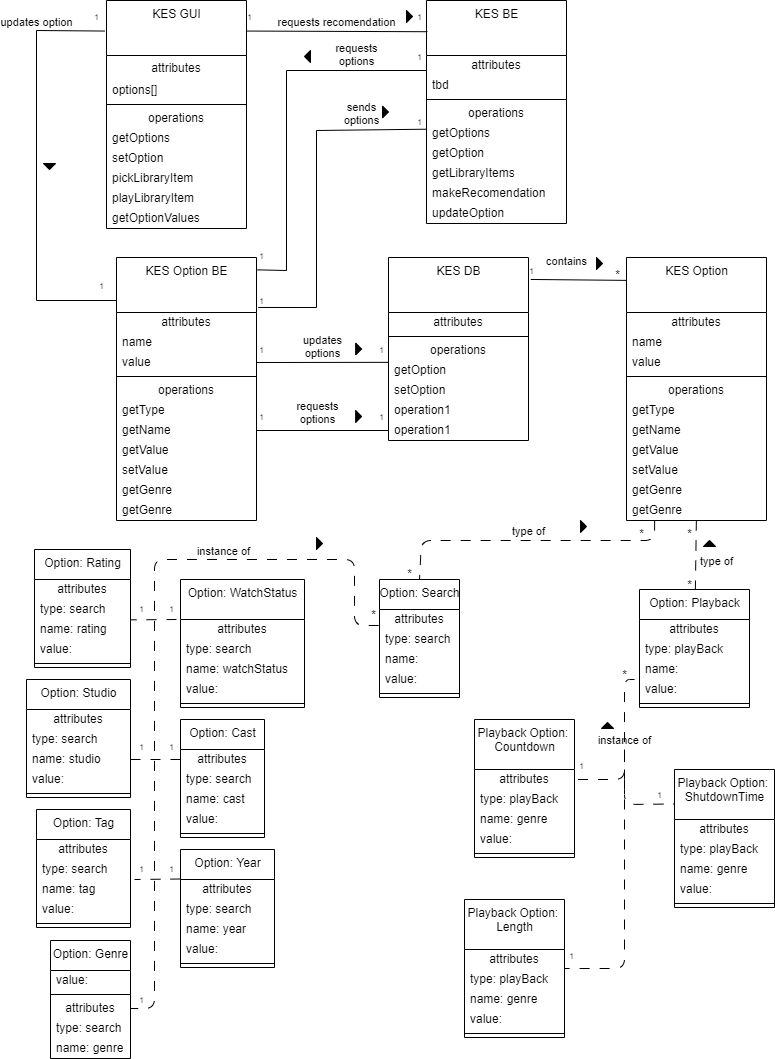
The draw.io diagram classUML.png in dustinmcmahon/kodiAddon, before a commit. Source tidied: cells renumbered, new cells last; positions are measured from the earlier drawing's top-left corner, leaving out a move shared by most shapes.
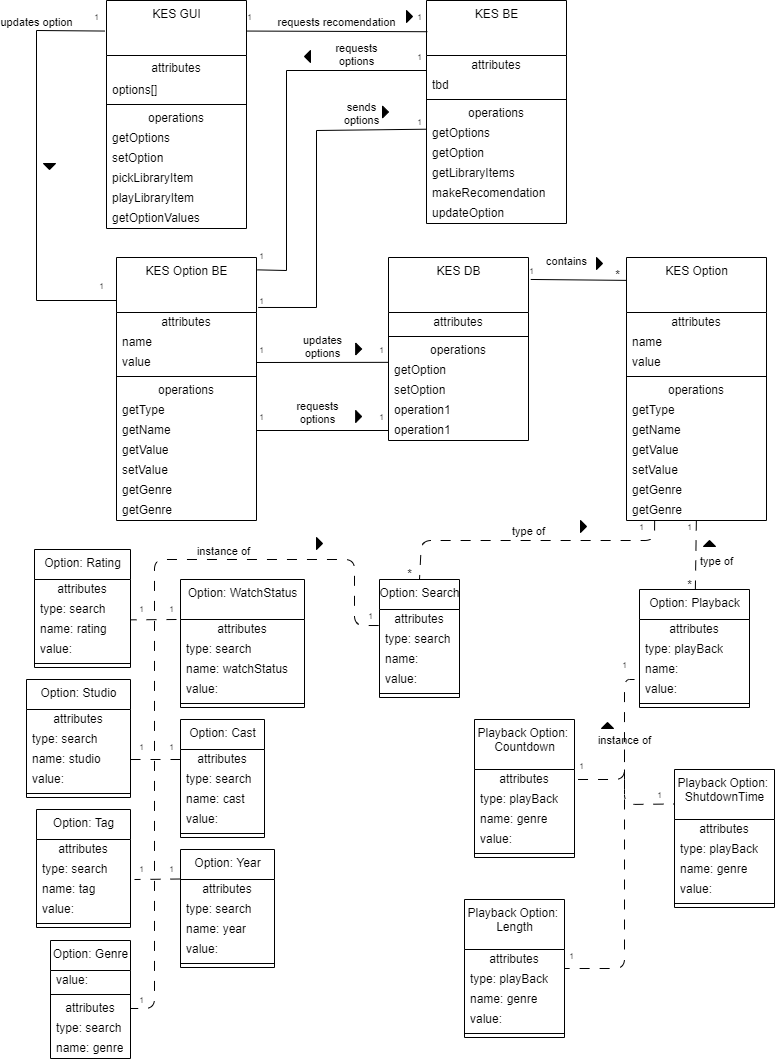
After the change.

What changed in the source:
```diff
@@ -550,18 +550,9 @@
     <mxCell id="168" value="*" style="text;html=1;align=center;verticalAlign=middle;strokeColor=none;fillColor=none;fontColor=#000000;labelBackgroundColor=none;" parent="1" vertex="1">
       <mxGeometry x="576" y="260" width="30" height="30" as="geometry" />
     </mxCell>
-    <mxCell id="169" value="*" style="text;html=1;align=center;verticalAlign=middle;strokeColor=none;fillColor=none;fontColor=#000000;labelBackgroundColor=none;" parent="1" vertex="1">
-      <mxGeometry x="600" y="519" width="30" height="30" as="geometry" />
-    </mxCell>
-    <mxCell id="170" value="*" style="text;html=1;align=center;verticalAlign=middle;strokeColor=none;fillColor=none;fontColor=#000000;labelBackgroundColor=none;" parent="1" vertex="1">
-      <mxGeometry x="648" y="519" width="30" height="30" as="geometry" />
-    </mxCell>
     <mxCell id="171" value="*" style="text;html=1;align=center;verticalAlign=middle;strokeColor=none;fillColor=none;fontColor=#000000;labelBackgroundColor=none;" parent="1" vertex="1">
       <mxGeometry x="368" y="559" width="30" height="30" as="geometry" />
     </mxCell>
-    <mxCell id="172" value="*" style="text;html=1;align=center;verticalAlign=middle;strokeColor=none;fillColor=none;fontColor=#000000;labelBackgroundColor=none;" parent="1" vertex="1">
-      <mxGeometry x="332" y="600" width="30" height="30" as="geometry" />
-    </mxCell>
     <mxCell id="173" value="&lt;font style=&quot;font-size: 8px;&quot;&gt;1&lt;/font&gt;" style="text;html=1;align=center;verticalAlign=middle;strokeColor=none;fillColor=none;fontColor=#000000;labelBackgroundColor=none;" parent="1" vertex="1">
       <mxGeometry x="130" y="853" width="30" height="30" as="geometry" />
     </mxCell>
@@ -583,14 +574,23 @@
     <mxCell id="179" value="&lt;font style=&quot;font-size: 8px;&quot;&gt;1&lt;/font&gt;" style="text;html=1;align=center;verticalAlign=middle;strokeColor=none;fillColor=none;fontColor=#000000;labelBackgroundColor=none;" parent="1" vertex="1">
       <mxGeometry x="100" y="984" width="30" height="30" as="geometry" />
     </mxCell>
-    <mxCell id="180" value="*" style="text;html=1;align=center;verticalAlign=middle;strokeColor=none;fillColor=none;fontColor=#000000;labelBackgroundColor=none;" parent="1" vertex="1">
-      <mxGeometry x="583" y="660" width="30" height="30" as="geometry" />
-    </mxCell>
     <mxCell id="181" value="&lt;font style=&quot;font-size: 8px;&quot;&gt;1&lt;/font&gt;" style="text;html=1;align=center;verticalAlign=middle;strokeColor=none;fillColor=none;fontColor=#000000;labelBackgroundColor=none;" parent="1" vertex="1">
       <mxGeometry x="540" y="750" width="30" height="30" as="geometry" />
     </mxCell>
     <mxCell id="182" value="&lt;font style=&quot;font-size: 8px;&quot;&gt;1&lt;/font&gt;" style="text;html=1;align=center;verticalAlign=middle;strokeColor=none;fillColor=none;fontColor=#000000;labelBackgroundColor=none;" parent="1" vertex="1">
       <mxGeometry x="530" y="940" width="30" height="30" as="geometry" />
     </mxCell>
+    <mxCell id="183" value="&lt;font style=&quot;font-size: 8px;&quot;&gt;1&lt;/font&gt;" style="text;html=1;align=center;verticalAlign=middle;strokeColor=none;fillColor=none;fontColor=#000000;labelBackgroundColor=none;" parent="1" vertex="1">
+      <mxGeometry x="600" y="511" width="30" height="30" as="geometry" />
+    </mxCell>
+    <mxCell id="184" value="&lt;font style=&quot;font-size: 8px;&quot;&gt;1&lt;/font&gt;" style="text;html=1;align=center;verticalAlign=middle;strokeColor=none;fillColor=none;fontColor=#000000;labelBackgroundColor=none;" parent="1" vertex="1">
+      <mxGeometry x="648" y="511" width="30" height="30" as="geometry" />
+    </mxCell>
+    <mxCell id="185" value="&lt;font style=&quot;font-size: 8px;&quot;&gt;1&lt;/font&gt;" style="text;html=1;align=center;verticalAlign=middle;strokeColor=none;fillColor=none;fontColor=#000000;labelBackgroundColor=none;" parent="1" vertex="1">
+      <mxGeometry x="329.2" y="600" width="30" height="30" as="geometry" />
+    </mxCell>
+    <mxCell id="186" value="&lt;font style=&quot;font-size: 8px;&quot;&gt;1&lt;/font&gt;" style="text;html=1;align=center;verticalAlign=middle;strokeColor=none;fillColor=none;fontColor=#000000;labelBackgroundColor=none;" parent="1" vertex="1">
+      <mxGeometry x="583" y="649" width="30" height="30" as="geometry" />
+    </mxCell>
   </root>
 </mxGraphModel>
```
